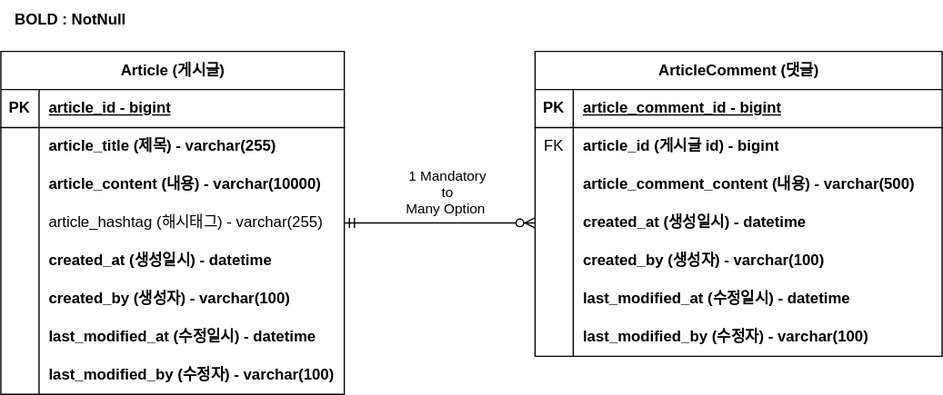
Before: document/project-board_ERD.drawio.svg, a diagram exported from draw.io (mykim8710/project-board). Source tidied: cells renumbered, new cells last; positions are measured from the earlier drawing's top-left corner, leaving out a move shared by most shapes.
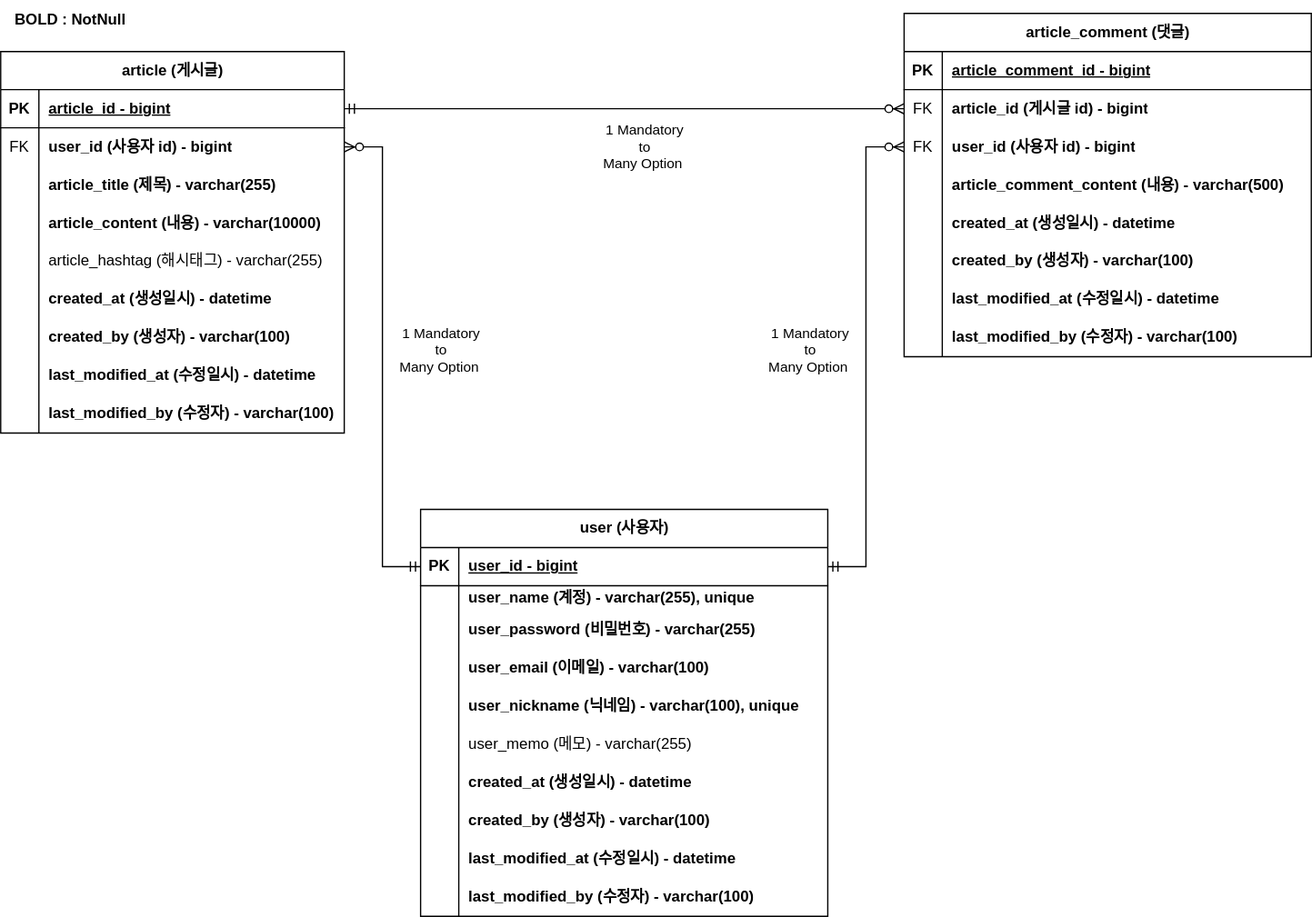
After the commit.

Commit message:
#16 - user추가한 erd 다이어그램 업데이트

The edit, as a diff of the source:
```diff
@@ -4,4 +4,4 @@
     <mxCell id="1" parent="0" />
-    <mxCell id="2" value="Article (게시글)" style="shape=table;startSize=30;rowLines=0;fontStyle=1;align=center;html=1;" parent="1" vertex="1">
-      <mxGeometry y="40" width="270" height="270" as="geometry" />
+    <mxCell id="2" value="article (게시글)" style="shape=table;startSize=30;rowLines=0;fontStyle=1;align=center;html=1;" parent="1" vertex="1">
+      <mxGeometry y="40" width="270" height="300" as="geometry" />
     </mxCell>
@@ -16,4 +16,13 @@
     </mxCell>
+    <mxCell id="52" style="shape=tableRow;horizontal=0;startSize=0;swimlaneHead=0;swimlaneBody=0;fillColor=none;points=[[0,0.5],[1,0.5]];portConstraint=eastwest;top=0;left=0;right=0;bottom=0;" parent="2" vertex="1">
+      <mxGeometry y="60" width="270" height="30" as="geometry" />
+    </mxCell>
+    <mxCell id="53" value="FK" style="shape=partialRectangle;fillColor=none;top=0;left=0;bottom=0;right=0;overflow=hidden;whiteSpace=wrap;html=1;" parent="52" vertex="1">
+      <mxGeometry width="30" height="30" as="geometry" />
+    </mxCell>
+    <mxCell id="54" value="user_id (사용자 id) - bigint" style="shape=partialRectangle;fillColor=none;top=0;left=0;bottom=0;right=0;align=left;spacingLeft=6;overflow=hidden;whiteSpace=wrap;html=1;fontStyle=1;" parent="52" vertex="1">
+      <mxGeometry x="30" width="240" height="30" as="geometry" />
+    </mxCell>
     <mxCell id="6" style="shape=tableRow;horizontal=0;startSize=0;swimlaneHead=0;swimlaneBody=0;fillColor=none;top=0;left=0;right=0;bottom=0;" parent="2" vertex="1">
-      <mxGeometry y="60" width="270" height="30" as="geometry" />
+      <mxGeometry y="90" width="270" height="30" as="geometry" />
     </mxCell>
@@ -26,3 +35,3 @@
     <mxCell id="9" style="shape=tableRow;horizontal=0;startSize=0;swimlaneHead=0;swimlaneBody=0;fillColor=none;top=0;left=0;right=0;bottom=0;" parent="2" vertex="1">
-      <mxGeometry y="90" width="270" height="30" as="geometry" />
+      <mxGeometry y="120" width="270" height="30" as="geometry" />
     </mxCell>
@@ -35,3 +44,3 @@
     <mxCell id="12" style="shape=tableRow;horizontal=0;startSize=0;swimlaneHead=0;swimlaneBody=0;fillColor=none;points=[[0,0.5],[1,0.5]];portConstraint=eastwest;top=0;left=0;right=0;bottom=0;" parent="2" vertex="1">
-      <mxGeometry y="120" width="270" height="30" as="geometry" />
+      <mxGeometry y="150" width="270" height="30" as="geometry" />
     </mxCell>
@@ -44,3 +53,3 @@
     <mxCell id="15" style="shape=tableRow;horizontal=0;startSize=0;swimlaneHead=0;swimlaneBody=0;fillColor=none;top=0;left=0;right=0;bottom=0;" parent="2" vertex="1">
-      <mxGeometry y="150" width="270" height="30" as="geometry" />
+      <mxGeometry y="180" width="270" height="30" as="geometry" />
     </mxCell>
@@ -53,3 +62,3 @@
     <mxCell id="18" style="shape=tableRow;horizontal=0;startSize=0;swimlaneHead=0;swimlaneBody=0;fillColor=none;top=0;left=0;right=0;bottom=0;" parent="2" vertex="1">
-      <mxGeometry y="180" width="270" height="30" as="geometry" />
+      <mxGeometry y="210" width="270" height="30" as="geometry" />
     </mxCell>
@@ -62,3 +71,3 @@
     <mxCell id="21" style="shape=tableRow;horizontal=0;startSize=0;swimlaneHead=0;swimlaneBody=0;fillColor=none;top=0;left=0;right=0;bottom=0;" parent="2" vertex="1">
-      <mxGeometry y="210" width="270" height="30" as="geometry" />
+      <mxGeometry y="240" width="270" height="30" as="geometry" />
     </mxCell>
@@ -71,3 +80,3 @@
     <mxCell id="24" style="shape=tableRow;horizontal=0;startSize=0;swimlaneHead=0;swimlaneBody=0;fillColor=none;top=0;left=0;right=0;bottom=0;" parent="2" vertex="1">
-      <mxGeometry y="240" width="270" height="30" as="geometry" />
+      <mxGeometry y="270" width="270" height="30" as="geometry" />
     </mxCell>
@@ -79,4 +88,4 @@
     </mxCell>
-    <mxCell id="27" value="ArticleComment (댓글)" style="shape=table;startSize=30;rowLines=0;fontStyle=1;align=center;html=1;" parent="1" vertex="1">
-      <mxGeometry x="420" y="40" width="320" height="240" as="geometry" />
+    <mxCell id="27" value="article_comment (댓글)" style="shape=table;startSize=30;rowLines=0;fontStyle=1;align=center;html=1;" parent="1" vertex="1">
+      <mxGeometry x="710" y="10" width="320" height="270" as="geometry" />
     </mxCell>
@@ -100,4 +109,13 @@
     </mxCell>
+    <mxCell id="55" style="shape=tableRow;horizontal=0;startSize=0;swimlaneHead=0;swimlaneBody=0;fillColor=none;points=[[0,0.5],[1,0.5]];portConstraint=eastwest;top=0;left=0;right=0;bottom=0;" parent="27" vertex="1">
+      <mxGeometry y="90" width="320" height="30" as="geometry" />
+    </mxCell>
+    <mxCell id="56" value="FK" style="shape=partialRectangle;fillColor=none;top=0;left=0;bottom=0;right=0;overflow=hidden;whiteSpace=wrap;html=1;" parent="55" vertex="1">
+      <mxGeometry width="30" height="30" as="geometry" />
+    </mxCell>
+    <mxCell id="57" value="user_id (사용자 id) - bigint" style="shape=partialRectangle;fillColor=none;top=0;left=0;bottom=0;right=0;align=left;spacingLeft=6;overflow=hidden;whiteSpace=wrap;html=1;fontStyle=1;" parent="55" vertex="1">
+      <mxGeometry x="30" width="290" height="30" as="geometry" />
+    </mxCell>
     <mxCell id="34" style="shape=tableRow;horizontal=0;startSize=0;swimlaneHead=0;swimlaneBody=0;fillColor=none;top=0;left=0;right=0;bottom=0;" parent="27" vertex="1">
-      <mxGeometry y="90" width="320" height="30" as="geometry" />
+      <mxGeometry y="120" width="320" height="30" as="geometry" />
     </mxCell>
@@ -110,3 +128,3 @@
     <mxCell id="37" style="shape=tableRow;horizontal=0;startSize=0;swimlaneHead=0;swimlaneBody=0;fillColor=none;points=[[0,0.5],[1,0.5]];portConstraint=eastwest;top=0;left=0;right=0;bottom=0;" parent="27" vertex="1">
-      <mxGeometry y="120" width="320" height="30" as="geometry" />
+      <mxGeometry y="150" width="320" height="30" as="geometry" />
     </mxCell>
@@ -119,3 +137,3 @@
     <mxCell id="40" style="shape=tableRow;horizontal=0;startSize=0;swimlaneHead=0;swimlaneBody=0;fillColor=none;top=0;left=0;right=0;bottom=0;" parent="27" vertex="1">
-      <mxGeometry y="150" width="320" height="30" as="geometry" />
+      <mxGeometry y="180" width="320" height="30" as="geometry" />
     </mxCell>
@@ -128,3 +146,3 @@
     <mxCell id="43" style="shape=tableRow;horizontal=0;startSize=0;swimlaneHead=0;swimlaneBody=0;fillColor=none;top=0;left=0;right=0;bottom=0;" parent="27" vertex="1">
-      <mxGeometry y="180" width="320" height="30" as="geometry" />
+      <mxGeometry y="210" width="320" height="30" as="geometry" />
     </mxCell>
@@ -137,3 +155,3 @@
     <mxCell id="46" style="shape=tableRow;horizontal=0;startSize=0;swimlaneHead=0;swimlaneBody=0;fillColor=none;top=0;left=0;right=0;bottom=0;" parent="27" vertex="1">
-      <mxGeometry y="210" width="320" height="30" as="geometry" />
+      <mxGeometry y="240" width="320" height="30" as="geometry" />
     </mxCell>
@@ -145,10 +163,5 @@
     </mxCell>
-    <mxCell id="49" style="edgeStyle=entityRelationEdgeStyle;fontSize=12;html=1;endArrow=ERzeroToMany;startArrow=ERmandOne;rounded=0;exitX=1;exitY=0.5;exitDx=0;exitDy=0;" parent="1" edge="1" source="12" target="37">
+    <mxCell id="49" style="edgeStyle=entityRelationEdgeStyle;fontSize=12;html=1;endArrow=ERzeroToMany;startArrow=ERmandOne;rounded=0;exitX=1;exitY=0.5;exitDx=0;exitDy=0;entryX=0;entryY=0.5;entryDx=0;entryDy=0;" parent="1" edge="1" source="3" target="31">
       <mxGeometry relative="1" as="geometry" />
     </mxCell>
-    <mxCell id="50" value="1 Mandatory &lt;br&gt;to&lt;br&gt;Many Option&amp;nbsp;" style="edgeLabel;html=1;align=center;verticalAlign=middle;" parent="49" vertex="1">
-      <mxGeometry x="-0.09" y="2" relative="1" as="geometry">
-        <mxPoint x="11" y="-23" as="offset" />
-      </mxGeometry>
-    </mxCell>
     <mxCell id="51" value="&lt;b&gt;BOLD : NotNull&lt;/b&gt;" style="text;html=1;strokeColor=none;fillColor=none;align=center;verticalAlign=middle;whiteSpace=wrap;rounded=0;" parent="1" vertex="1">
@@ -156,2 +169,116 @@
     </mxCell>
+    <mxCell id="58" value="user (사용자)" style="shape=table;startSize=30;rowLines=0;fontStyle=1;align=center;html=1;" parent="1" vertex="1">
+      <mxGeometry x="330" y="400" width="320" height="320" as="geometry" />
+    </mxCell>
+    <mxCell id="59" style="shape=tableRow;horizontal=0;startSize=0;swimlaneHead=0;swimlaneBody=0;fillColor=none;points=[[0,0.5],[1,0.5]];portConstraint=eastwest;top=0;left=0;right=0;bottom=1;" parent="58" vertex="1">
+      <mxGeometry y="30" width="320" height="30" as="geometry" />
+    </mxCell>
+    <mxCell id="60" value="PK" style="shape=partialRectangle;fillColor=none;top=0;left=0;bottom=0;right=0;fontStyle=1;overflow=hidden;whiteSpace=wrap;html=1;" parent="59" vertex="1">
+      <mxGeometry width="30" height="30" as="geometry" />
+    </mxCell>
+    <mxCell id="61" value="user_id - bigint" style="shape=partialRectangle;fillColor=none;top=0;left=0;bottom=0;right=0;align=left;spacingLeft=6;fontStyle=5;overflow=hidden;whiteSpace=wrap;html=1;" parent="59" vertex="1">
+      <mxGeometry x="30" width="290" height="30" as="geometry" />
+    </mxCell>
+    <mxCell id="62" style="shape=tableRow;horizontal=0;startSize=0;swimlaneHead=0;swimlaneBody=0;fillColor=none;top=0;left=0;right=0;bottom=0;" parent="58" vertex="1">
+      <mxGeometry y="60" width="320" height="20" as="geometry" />
+    </mxCell>
+    <mxCell id="63" style="shape=partialRectangle;fillColor=none;top=0;left=0;bottom=0;right=0;overflow=hidden;whiteSpace=wrap;html=1;" parent="62" vertex="1">
+      <mxGeometry width="30" height="20" as="geometry" />
+    </mxCell>
+    <mxCell id="64" value="user_name (계정) - varchar(255), unique" style="shape=partialRectangle;fillColor=none;top=0;left=0;bottom=0;right=0;align=left;spacingLeft=6;overflow=hidden;whiteSpace=wrap;html=1;fontStyle=1;" parent="62" vertex="1">
+      <mxGeometry x="30" width="290" height="20" as="geometry" />
+    </mxCell>
+    <mxCell id="65" style="shape=tableRow;horizontal=0;startSize=0;swimlaneHead=0;swimlaneBody=0;fillColor=none;top=0;left=0;right=0;bottom=0;" parent="58" vertex="1">
+      <mxGeometry y="80" width="320" height="30" as="geometry" />
+    </mxCell>
+    <mxCell id="66" style="shape=partialRectangle;fillColor=none;top=0;left=0;bottom=0;right=0;overflow=hidden;whiteSpace=wrap;html=1;" parent="65" vertex="1">
+      <mxGeometry width="30" height="30" as="geometry" />
+    </mxCell>
+    <mxCell id="67" value="user_password (비밀번호)&amp;nbsp;- varchar(255)" style="shape=partialRectangle;fillColor=none;top=0;left=0;bottom=0;right=0;align=left;spacingLeft=6;overflow=hidden;whiteSpace=wrap;html=1;fontStyle=1;" parent="65" vertex="1">
+      <mxGeometry x="30" width="290" height="30" as="geometry" />
+    </mxCell>
+    <mxCell id="68" style="shape=tableRow;horizontal=0;startSize=0;swimlaneHead=0;swimlaneBody=0;fillColor=none;top=0;left=0;right=0;bottom=0;" parent="58" vertex="1">
+      <mxGeometry y="110" width="320" height="30" as="geometry" />
+    </mxCell>
+    <mxCell id="69" style="shape=partialRectangle;fillColor=none;top=0;left=0;bottom=0;right=0;overflow=hidden;whiteSpace=wrap;html=1;" parent="68" vertex="1">
+      <mxGeometry width="30" height="30" as="geometry" />
+    </mxCell>
+    <mxCell id="70" value="user_email (이메일) - varchar(100)" style="shape=partialRectangle;fillColor=none;top=0;left=0;bottom=0;right=0;align=left;spacingLeft=6;overflow=hidden;whiteSpace=wrap;html=1;fontStyle=1;" parent="68" vertex="1">
+      <mxGeometry x="30" width="290" height="30" as="geometry" />
+    </mxCell>
+    <mxCell id="71" style="shape=tableRow;horizontal=0;startSize=0;swimlaneHead=0;swimlaneBody=0;fillColor=none;top=0;left=0;right=0;bottom=0;" parent="58" vertex="1">
+      <mxGeometry y="140" width="320" height="30" as="geometry" />
+    </mxCell>
+    <mxCell id="72" style="shape=partialRectangle;fillColor=none;top=0;left=0;bottom=0;right=0;overflow=hidden;whiteSpace=wrap;html=1;" parent="71" vertex="1">
+      <mxGeometry width="30" height="30" as="geometry" />
+    </mxCell>
+    <mxCell id="73" value="user_nickname (닉네임) - varchar(100), unique" style="shape=partialRectangle;fillColor=none;top=0;left=0;bottom=0;right=0;align=left;spacingLeft=6;overflow=hidden;whiteSpace=wrap;html=1;fontStyle=1;" parent="71" vertex="1">
+      <mxGeometry x="30" width="290" height="30" as="geometry" />
+    </mxCell>
+    <mxCell id="74" style="shape=tableRow;horizontal=0;startSize=0;swimlaneHead=0;swimlaneBody=0;fillColor=none;top=0;left=0;right=0;bottom=0;" parent="58" vertex="1">
+      <mxGeometry y="170" width="320" height="30" as="geometry" />
+    </mxCell>
+    <mxCell id="75" style="shape=partialRectangle;fillColor=none;top=0;left=0;bottom=0;right=0;overflow=hidden;whiteSpace=wrap;html=1;" parent="74" vertex="1">
+      <mxGeometry width="30" height="30" as="geometry" />
+    </mxCell>
+    <mxCell id="76" value="user_memo (메모) - varchar(255)" style="shape=partialRectangle;fillColor=none;top=0;left=0;bottom=0;right=0;align=left;spacingLeft=6;overflow=hidden;whiteSpace=wrap;html=1;" parent="74" vertex="1">
+      <mxGeometry x="30" width="290" height="30" as="geometry" />
+    </mxCell>
+    <mxCell id="77" style="shape=tableRow;horizontal=0;startSize=0;swimlaneHead=0;swimlaneBody=0;fillColor=none;top=0;left=0;right=0;bottom=0;" parent="58" vertex="1">
+      <mxGeometry y="200" width="320" height="30" as="geometry" />
+    </mxCell>
+    <mxCell id="78" style="shape=partialRectangle;fillColor=none;top=0;left=0;bottom=0;right=0;overflow=hidden;whiteSpace=wrap;html=1;" parent="77" vertex="1">
+      <mxGeometry width="30" height="30" as="geometry" />
+    </mxCell>
+    <mxCell id="79" value="created_at (생성일시) - datetime" style="shape=partialRectangle;fillColor=none;top=0;left=0;bottom=0;right=0;align=left;spacingLeft=6;overflow=hidden;whiteSpace=wrap;html=1;fontStyle=1;" parent="77" vertex="1">
+      <mxGeometry x="30" width="290" height="30" as="geometry" />
+    </mxCell>
+    <mxCell id="80" style="shape=tableRow;horizontal=0;startSize=0;swimlaneHead=0;swimlaneBody=0;fillColor=none;top=0;left=0;right=0;bottom=0;" parent="58" vertex="1">
+      <mxGeometry y="230" width="320" height="30" as="geometry" />
+    </mxCell>
+    <mxCell id="81" style="shape=partialRectangle;fillColor=none;top=0;left=0;bottom=0;right=0;overflow=hidden;whiteSpace=wrap;html=1;" parent="80" vertex="1">
+      <mxGeometry width="30" height="30" as="geometry" />
+    </mxCell>
+    <mxCell id="82" value="created_by (생성자)&amp;nbsp;- varchar(100)" style="shape=partialRectangle;fillColor=none;top=0;left=0;bottom=0;right=0;align=left;spacingLeft=6;overflow=hidden;whiteSpace=wrap;html=1;fontStyle=1;" parent="80" vertex="1">
+      <mxGeometry x="30" width="290" height="30" as="geometry" />
+    </mxCell>
+    <mxCell id="83" style="shape=tableRow;horizontal=0;startSize=0;swimlaneHead=0;swimlaneBody=0;fillColor=none;top=0;left=0;right=0;bottom=0;" parent="58" vertex="1">
+      <mxGeometry y="260" width="320" height="30" as="geometry" />
+    </mxCell>
+    <mxCell id="84" style="shape=partialRectangle;fillColor=none;top=0;left=0;bottom=0;right=0;overflow=hidden;whiteSpace=wrap;html=1;" parent="83" vertex="1">
+      <mxGeometry width="30" height="30" as="geometry" />
+    </mxCell>
+    <mxCell id="85" value="last_modified_at (수정일시)&amp;nbsp;- datetime" style="shape=partialRectangle;fillColor=none;top=0;left=0;bottom=0;right=0;align=left;spacingLeft=6;overflow=hidden;whiteSpace=wrap;html=1;fontStyle=1;" parent="83" vertex="1">
+      <mxGeometry x="30" width="290" height="30" as="geometry" />
+    </mxCell>
+    <mxCell id="86" style="shape=tableRow;horizontal=0;startSize=0;swimlaneHead=0;swimlaneBody=0;fillColor=none;top=0;left=0;right=0;bottom=0;" parent="58" vertex="1">
+      <mxGeometry y="290" width="320" height="30" as="geometry" />
+    </mxCell>
+    <mxCell id="87" style="shape=partialRectangle;fillColor=none;top=0;left=0;bottom=0;right=0;overflow=hidden;whiteSpace=wrap;html=1;" parent="86" vertex="1">
+      <mxGeometry width="30" height="30" as="geometry" />
+    </mxCell>
+    <mxCell id="88" value="last_modified_by (수정자)&amp;nbsp;- varchar(100)" style="shape=partialRectangle;fillColor=none;top=0;left=0;bottom=0;right=0;align=left;spacingLeft=6;overflow=hidden;whiteSpace=wrap;html=1;fontStyle=1;" parent="86" vertex="1">
+      <mxGeometry x="30" width="290" height="30" as="geometry" />
+    </mxCell>
+    <mxCell id="89" style="edgeStyle=entityRelationEdgeStyle;fontSize=12;html=1;endArrow=ERzeroToMany;startArrow=ERmandOne;rounded=0;exitX=0;exitY=0.5;exitDx=0;exitDy=0;entryX=1;entryY=0.5;entryDx=0;entryDy=0;" parent="1" edge="1" source="59" target="52">
+      <mxGeometry relative="1" as="geometry" />
+    </mxCell>
+    <mxCell id="90" value="1 Mandatory &lt;br&gt;to&lt;br&gt;Many Option&amp;nbsp;" style="edgeLabel;html=1;align=center;verticalAlign=middle;" parent="89" vertex="1">
+      <mxGeometry x="-0.09" y="2" relative="1" as="geometry">
+        <mxPoint x="207" y="-182" as="offset" />
+      </mxGeometry>
+    </mxCell>
+    <mxCell id="91" value="1 Mandatory &lt;br&gt;to&lt;br&gt;Many Option&amp;nbsp;" style="edgeLabel;html=1;align=center;verticalAlign=middle;" parent="1" vertex="1">
+      <mxGeometry x="280" y="270" as="geometry">
+        <mxPoint x="65" y="4" as="offset" />
+      </mxGeometry>
+    </mxCell>
+    <mxCell id="92" style="edgeStyle=entityRelationEdgeStyle;fontSize=12;html=1;endArrow=ERzeroToMany;startArrow=ERmandOne;rounded=0;exitX=1;exitY=0.5;exitDx=0;exitDy=0;entryX=0;entryY=0.5;entryDx=0;entryDy=0;" parent="1" edge="1" source="59" target="55">
+      <mxGeometry relative="1" as="geometry" />
+    </mxCell>
+    <mxCell id="93" value="1 Mandatory &lt;br&gt;to&lt;br&gt;Many Option&amp;nbsp;" style="edgeLabel;html=1;align=center;verticalAlign=middle;" parent="1" vertex="1">
+      <mxGeometry x="570" y="270" as="geometry">
+        <mxPoint x="65" y="4" as="offset" />
+      </mxGeometry>
+    </mxCell>
   </root>
```
